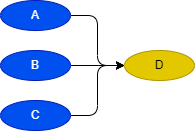
This is Language/png/Seq3.dio.png from DualsoftDev/ds, a draw.io export, as it was before one commit. Source tidied: cells renumbered, new cells last; positions are measured from the earlier drawing's top-left corner, leaving out a move shared by most shapes.
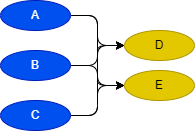
After the change.

Diff of the diagram source:
```diff
@@ -5,23 +5,35 @@
     <mxCell id="2" style="edgeStyle=orthogonalEdgeStyle;html=1;exitX=1;exitY=0.5;exitDx=0;exitDy=0;entryX=0;entryY=0.5;entryDx=0;entryDy=0;" parent="1" edge="1" source="3" target="8">
       <mxGeometry relative="1" as="geometry" />
     </mxCell>
+    <mxCell id="9" style="edgeStyle=orthogonalEdgeStyle;html=1;exitX=1;exitY=0.5;exitDx=0;exitDy=0;entryX=0;entryY=0.5;entryDx=0;entryDy=0;" parent="1" edge="1" source="3" target="12">
+      <mxGeometry relative="1" as="geometry" />
+    </mxCell>
     <mxCell id="3" value="A" style="ellipse;whiteSpace=wrap;html=1;fillColor=#0050ef;fontColor=#ffffff;strokeColor=#001DBC;" parent="1" vertex="1">
       <mxGeometry width="70" height="30" as="geometry" />
     </mxCell>
     <mxCell id="4" style="edgeStyle=orthogonalEdgeStyle;html=1;exitX=1;exitY=0.5;exitDx=0;exitDy=0;entryX=0;entryY=0.5;entryDx=0;entryDy=0;" parent="1" edge="1" source="5" target="8">
       <mxGeometry relative="1" as="geometry" />
     </mxCell>
+    <mxCell id="10" style="edgeStyle=orthogonalEdgeStyle;html=1;exitX=1;exitY=0.5;exitDx=0;exitDy=0;entryX=0;entryY=0.5;entryDx=0;entryDy=0;" parent="1" edge="1" source="5" target="12">
+      <mxGeometry relative="1" as="geometry" />
+    </mxCell>
     <mxCell id="5" value="C" style="ellipse;whiteSpace=wrap;html=1;fillColor=#0050ef;fontColor=#ffffff;strokeColor=#001DBC;" parent="1" vertex="1">
       <mxGeometry y="100" width="70" height="30" as="geometry" />
     </mxCell>
     <mxCell id="6" style="edgeStyle=orthogonalEdgeStyle;html=1;exitX=1;exitY=0.5;exitDx=0;exitDy=0;entryX=0;entryY=0.5;entryDx=0;entryDy=0;" parent="1" edge="1" source="7" target="8">
       <mxGeometry relative="1" as="geometry" />
     </mxCell>
+    <mxCell id="11" style="edgeStyle=orthogonalEdgeStyle;html=1;exitX=1;exitY=0.5;exitDx=0;exitDy=0;entryX=0;entryY=0.5;entryDx=0;entryDy=0;" parent="1" edge="1" source="7" target="12">
+      <mxGeometry relative="1" as="geometry" />
+    </mxCell>
     <mxCell id="7" value="B" style="ellipse;whiteSpace=wrap;html=1;fillColor=#0050ef;fontColor=#ffffff;strokeColor=#001DBC;" parent="1" vertex="1">
       <mxGeometry y="50" width="70" height="30" as="geometry" />
     </mxCell>
     <mxCell id="8" value="D" style="ellipse;whiteSpace=wrap;html=1;fillColor=#e3c800;fontColor=#000000;strokeColor=#B09500;" parent="1" vertex="1">
-      <mxGeometry x="124" y="50" width="70" height="30" as="geometry" />
+      <mxGeometry x="124" y="30" width="70" height="30" as="geometry" />
     </mxCell>
+    <mxCell id="12" value="E" style="ellipse;whiteSpace=wrap;html=1;fillColor=#e3c800;fontColor=#000000;strokeColor=#B09500;" parent="1" vertex="1">
+      <mxGeometry x="124" y="70" width="70" height="30" as="geometry" />
+    </mxCell>
   </root>
 </mxGraphModel>
```
